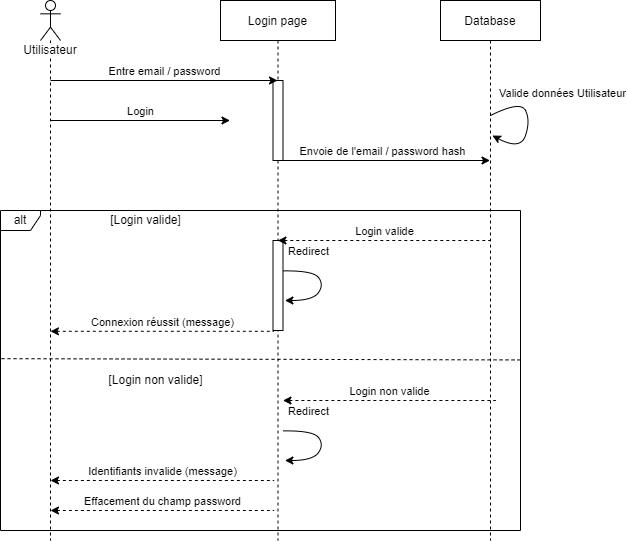
Devetik/Diagrammes keeps this draw.io diagram as Diagrammes/SequenceLogin.drawio.png. Above is the earlier version. Source tidied: cells renumbered, new cells last; positions are measured from the earlier drawing's top-left corner, leaving out a move shared by most shapes.
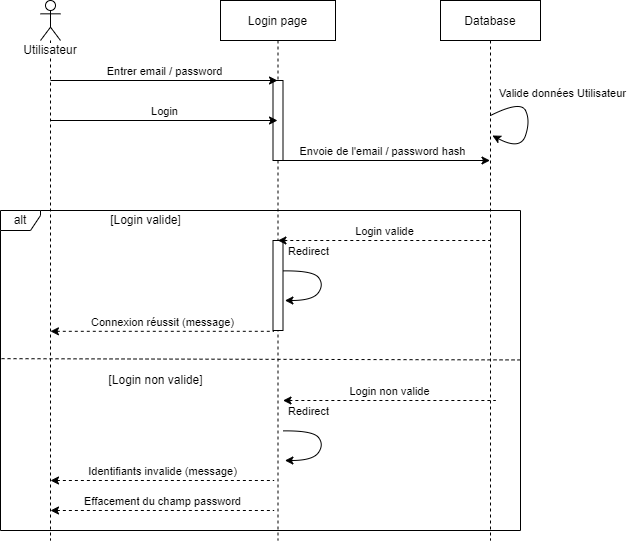
The same file after the commit.

The edit, as a diff of the source:
```diff
@@ -52,15 +52,14 @@
         <mxPoint x="50" y="240" as="targetPoint" />
       </mxGeometry>
     </mxCell>
-    <mxCell id="11" value="Entre email / password" style="endArrow=classic;html=1;rounded=0;verticalAlign=bottom;" parent="1" edge="1" target="2">
+    <mxCell id="11" value="Entrer email / password" style="endArrow=classic;html=1;rounded=0;verticalAlign=bottom;" parent="1" edge="1" target="2">
       <mxGeometry relative="1" as="geometry">
         <mxPoint x="50" y="80" as="sourcePoint" />
       </mxGeometry>
     </mxCell>
-    <mxCell id="12" value="Login" style="endArrow=classic;html=1;rounded=0;verticalAlign=bottom;" parent="1" edge="1">
+    <mxCell id="12" value="Login" style="endArrow=classic;html=1;rounded=0;verticalAlign=bottom;" parent="1" edge="1" target="2">
       <mxGeometry relative="1" as="geometry">
         <mxPoint x="50" y="120" as="sourcePoint" />
-        <mxPoint x="229.5" y="120" as="targetPoint" />
       </mxGeometry>
     </mxCell>
     <mxCell id="13" value="Valide données Utilisateur" style="curved=1;endArrow=classic;html=1;rounded=0;exitX=0.5;exitY=0.213;exitDx=0;exitDy=0;exitPerimeter=0;entryX=0.519;entryY=0.25;entryDx=0;entryDy=0;entryPerimeter=0;verticalAlign=bottom;" parent="1" edge="1" source="9" target="9">
```
